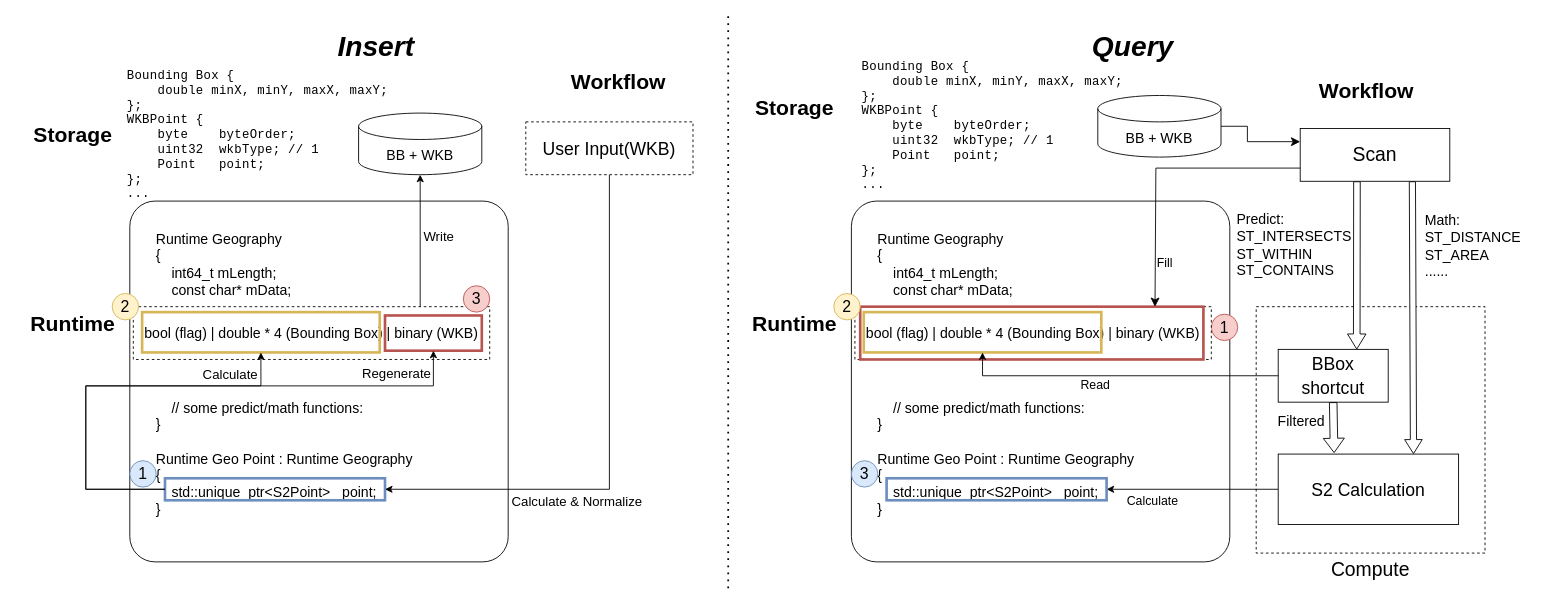
This is page "Page-4" (4 of 13) of geofuncs.drawio from shinyano/drawio, a draw.io file, before an edit. Source tidied: cells renumbered, new cells numbered last; positions are measured from the earlier drawing's top-left corner, leaving out a move shared by most shapes. Both pictures are drawn from the tidied source at 88%, with x=0, y=0 at pixel (15, 16).
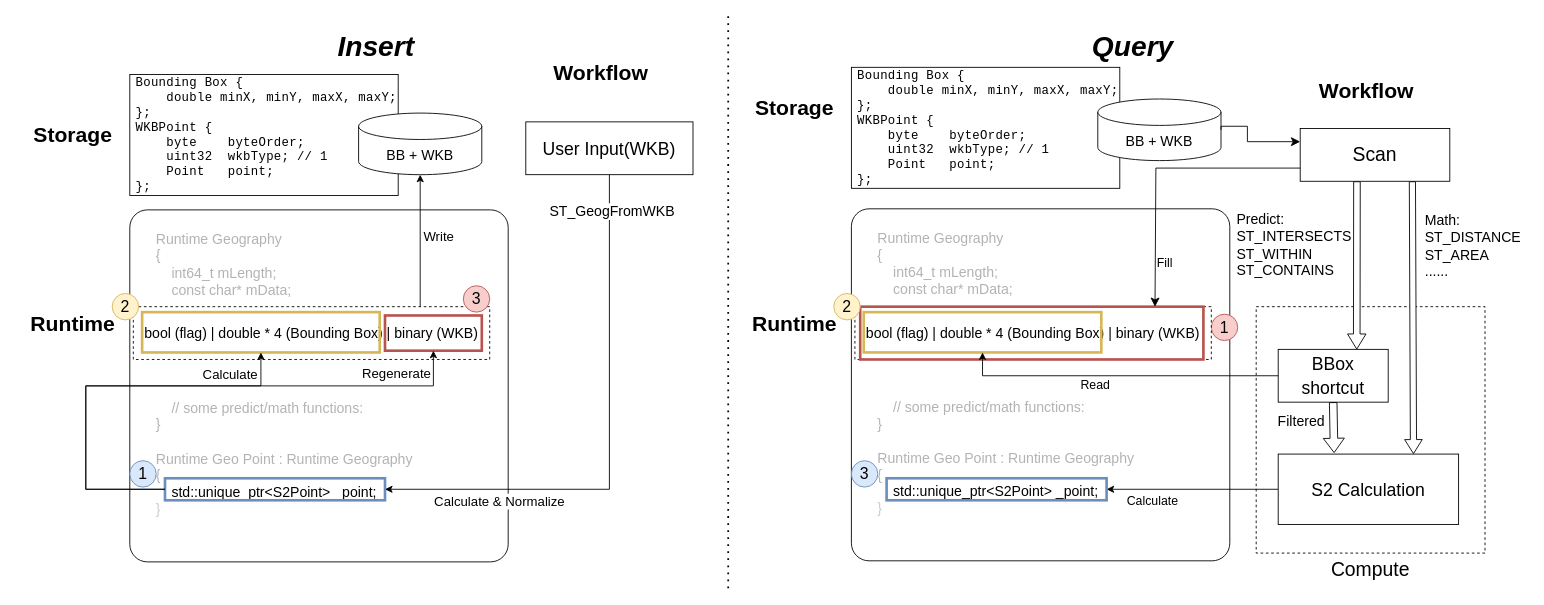
The same page after the edit.

Unchanged cells that the change refers to:
```xml
<mxCell id="17" style="edgeStyle=orthogonalEdgeStyle;rounded=0;jettySize=auto;html=1;entryX=1;entryY=0.5;entryDx=0;entryDy=0;exitX=0.5;exitY=1;exitDx=0;exitDy=0;" parent="1" edge="1" source="19" target="9">
  <mxGeometry relative="1" as="geometry" />
</mxCell>
```

What changed in the source:
```diff
@@
+    <mxCell id="28" style="rounded=0;whiteSpace=wrap;html=1;glass=0;strokeColor=none;" parent="1" vertex="1">
+      <mxGeometry x="820" width="900" height="650" as="geometry" />
+    </mxCell>
+    <mxCell id="63" value="&lt;div&gt;&lt;font face=&quot;Liberation Mono, monospace&quot;&gt;&lt;span style=&quot;caret-color: rgb(185, 185, 185); font-size: 14px; letter-spacing: 0.33px; white-space: pre;&quot;&gt;Bounding Box {&lt;/span&gt;&lt;/font&gt;&lt;/div&gt;&lt;div&gt;&lt;font face=&quot;Liberation Mono, monospace&quot;&gt;&lt;span style=&quot;caret-color: rgb(185, 185, 185); font-size: 14px; letter-spacing: 0.33px; white-space: pre;&quot;&gt;    double minX, minY, maxX, maxY;&lt;/span&gt;&lt;/font&gt;&lt;/div&gt;&lt;div&gt;&lt;font face=&quot;Liberation Mono, monospace&quot;&gt;&lt;span style=&quot;caret-color: rgb(185, 185, 185); font-size: 14px; letter-spacing: 0.33px; white-space: pre;&quot;&gt;};&lt;/span&gt;&lt;/font&gt;&lt;/div&gt;&lt;span style=&quot;caret-color: rgb(185, 185, 185); font-family: &amp;quot;Liberation Mono&amp;quot;, monospace; font-size: 14px; letter-spacing: 0.33px; white-space: pre; color: rgb(0, 0, 0);&quot;&gt;WKBPoint {&lt;br&gt;    byte    byteOrder;&lt;br&gt;    uint32  wkbType; // 1&lt;br&gt;    Point   point;&lt;br&gt;};&lt;/span&gt;" style="text;html=1;align=left;verticalAlign=middle;whiteSpace=wrap;rounded=0;strokeColor=default;spacingLeft=5;" parent="1" vertex="1">
+      <mxGeometry x="950" y="58" width="305" height="137.5" as="geometry" />
+    </mxCell>
+    <mxCell id="31" value="&lt;div&gt;&lt;br&gt;&lt;/div&gt;&lt;div&gt;&lt;span style=&quot;color: rgb(179, 179, 179);&quot;&gt;Runtime Geography&lt;br&gt;&lt;/span&gt;&lt;/div&gt;&lt;div&gt;&lt;font style=&quot;color: rgb(179, 179, 179);&quot;&gt;{&lt;/font&gt;&lt;/div&gt;&lt;div&gt;&lt;span style=&quot;color: rgb(179, 179, 179);&quot;&gt;&amp;nbsp; &amp;nbsp; &lt;font&gt;&lt;span style=&quot;white-space: pre;&quot;&gt;int64_t mLength;&lt;br&gt;    const char* mData;&lt;/span&gt;&lt;/font&gt;&lt;/span&gt;&lt;/div&gt;&lt;div&gt;&lt;font&gt;&lt;span style=&quot;white-space: pre;&quot;&gt;&lt;br&gt;&lt;/span&gt;&lt;/font&gt;&lt;/div&gt;&lt;div&gt;&lt;font&gt;&lt;span style=&quot;white-space: pre;&quot;&gt;&lt;br&gt;&lt;/span&gt;&lt;/font&gt;&lt;/div&gt;&lt;div&gt;&lt;br&gt;&lt;/div&gt;&lt;div&gt;&lt;br&gt;&lt;/div&gt;&lt;div&gt;&lt;br&gt;&lt;/div&gt;&lt;div&gt;&lt;span style=&quot;white-space: pre;&quot;&gt;&amp;nbsp;   &lt;/span&gt;&lt;/div&gt;&lt;div&gt;&lt;span style=&quot;white-space: pre; color: light-dark(rgb(122, 122, 122), rgb(237, 237, 237));&quot;&gt;    &lt;/span&gt;&lt;span style=&quot;white-space: pre; color: rgb(179, 179, 179);&quot;&gt;// some predict/math functions:&lt;/span&gt;&lt;/div&gt;&lt;div&gt;&lt;font style=&quot;color: rgb(179, 179, 179);&quot;&gt;}&lt;/font&gt;&lt;/div&gt;&lt;div&gt;&lt;font&gt;&lt;div style=&quot;color: rgb(179, 179, 179);&quot;&gt;&lt;br&gt;&lt;/div&gt;&lt;/font&gt;&lt;/div&gt;&lt;div&gt;&lt;span style=&quot;color: rgb(179, 179, 179);&quot;&gt;Runtime Geo Point : Runtime Geography&lt;/span&gt;&lt;/div&gt;&lt;div&gt;&lt;span style=&quot;color: rgb(179, 179, 179);&quot;&gt;{&lt;/span&gt;&lt;/div&gt;&lt;div&gt;&amp;nbsp; &amp;nbsp; std::unique_ptr&amp;lt;S2Point&amp;gt; _point;&lt;/div&gt;&lt;div&gt;&lt;span style=&quot;color: rgb(204, 204, 204);&quot;&gt;}&lt;/span&gt;&lt;/div&gt;&lt;div&gt;&lt;br&gt;&lt;/div&gt;" style="rounded=1;whiteSpace=wrap;html=1;fontSize=16;spacing=0;verticalAlign=top;align=left;spacingTop=0;spacingLeft=30;gradientColor=none;glass=0;arcSize=5;" parent="1" vertex="1">
+      <mxGeometry x="950" y="218.8" width="430" height="400" as="geometry" />
+    </mxCell>
@@
-    <mxCell id="3" value="BB + WKB" style="shape=cylinder3;whiteSpace=wrap;html=1;boundedLbl=1;backgroundOutline=1;size=15;fontSize=16;" parent="1" vertex="1">
-      <mxGeometry x="390" y="110" width="140" height="70" as="geometry" />
-    </mxCell>
-    <mxCell id="4" value="&lt;div&gt;&lt;font face=&quot;Liberation Mono, monospace&quot;&gt;&lt;span style=&quot;caret-color: rgb(185, 185, 185); font-size: 14px; letter-spacing: 0.33px; white-space: pre;&quot;&gt;Bounding Box {&lt;/span&gt;&lt;/font&gt;&lt;/div&gt;&lt;div&gt;&lt;font face=&quot;Liberation Mono, monospace&quot;&gt;&lt;span style=&quot;caret-color: rgb(185, 185, 185); font-size: 14px; letter-spacing: 0.33px; white-space: pre;&quot;&gt;    double minX, minY, maxX, maxY;&lt;/span&gt;&lt;/font&gt;&lt;/div&gt;&lt;div&gt;&lt;font face=&quot;Liberation Mono, monospace&quot;&gt;&lt;span style=&quot;caret-color: rgb(185, 185, 185); font-size: 14px; letter-spacing: 0.33px; white-space: pre;&quot;&gt;};&lt;/span&gt;&lt;/font&gt;&lt;/div&gt;&lt;span style=&quot;caret-color: rgb(185, 185, 185); font-family: &amp;quot;Liberation Mono&amp;quot;, monospace; font-size: 14px; letter-spacing: 0.33px; white-space: pre; color: rgb(0, 0, 0);&quot;&gt;WKBPoint {&lt;br&gt;    byte    byteOrder;&lt;br&gt;    uint32  wkbType; // 1&lt;br&gt;    Point   point;&lt;br&gt;};&lt;/span&gt;&lt;div&gt;&lt;span style=&quot;caret-color: rgb(185, 185, 185); font-family: &amp;quot;Liberation Mono&amp;quot;, monospace; font-size: 14px; letter-spacing: 0.33px; white-space: pre;&quot;&gt;&lt;span style=&quot;caret-color: rgb(185, 185, 185); letter-spacing: 0.33px; color: rgb(0, 0, 0);&quot;&gt;...&lt;/span&gt;&lt;/span&gt;&lt;/div&gt;" style="text;html=1;align=left;verticalAlign=middle;whiteSpace=wrap;rounded=0;" parent="1" vertex="1">
-      <mxGeometry x="125" y="66.2" width="300" height="137.5" as="geometry" />
+    <mxCell id="4" value="&lt;div&gt;&lt;font face=&quot;Liberation Mono, monospace&quot;&gt;&lt;span style=&quot;caret-color: rgb(185, 185, 185); font-size: 14px; letter-spacing: 0.33px; white-space: pre;&quot;&gt;Bounding Box {&lt;/span&gt;&lt;/font&gt;&lt;/div&gt;&lt;div&gt;&lt;font face=&quot;Liberation Mono, monospace&quot;&gt;&lt;span style=&quot;caret-color: rgb(185, 185, 185); font-size: 14px; letter-spacing: 0.33px; white-space: pre;&quot;&gt;    double minX, minY, maxX, maxY;&lt;/span&gt;&lt;/font&gt;&lt;/div&gt;&lt;div&gt;&lt;font face=&quot;Liberation Mono, monospace&quot;&gt;&lt;span style=&quot;caret-color: rgb(185, 185, 185); font-size: 14px; letter-spacing: 0.33px; white-space: pre;&quot;&gt;};&lt;/span&gt;&lt;/font&gt;&lt;/div&gt;&lt;span style=&quot;caret-color: rgb(185, 185, 185); font-family: &amp;quot;Liberation Mono&amp;quot;, monospace; font-size: 14px; letter-spacing: 0.33px; white-space: pre; color: rgb(0, 0, 0);&quot;&gt;WKBPoint {&lt;br&gt;    byte    byteOrder;&lt;br&gt;    uint32  wkbType; // 1&lt;br&gt;    Point   point;&lt;br&gt;};&lt;/span&gt;" style="text;html=1;align=left;verticalAlign=middle;whiteSpace=wrap;rounded=0;strokeColor=default;spacingLeft=5;" parent="1" vertex="1">
+      <mxGeometry x="130" y="66.2" width="305" height="137.5" as="geometry" />
     </mxCell>
-    <mxCell id="5" value="&lt;div&gt;&lt;br&gt;&lt;/div&gt;&lt;div&gt;Runtime Geography&lt;br&gt;&lt;/div&gt;&lt;div&gt;&lt;font&gt;{&lt;/font&gt;&lt;/div&gt;&lt;div&gt;&amp;nbsp; &amp;nbsp; &lt;font&gt;&lt;span style=&quot;white-space: pre;&quot;&gt;int64_t mLength;&lt;br&gt;    const char* mData;&lt;/span&gt;&lt;/font&gt;&lt;/div&gt;&lt;div&gt;&lt;font&gt;&lt;span style=&quot;white-space: pre;&quot;&gt;&lt;br&gt;&lt;/span&gt;&lt;/font&gt;&lt;/div&gt;&lt;div&gt;&lt;font&gt;&lt;span style=&quot;white-space: pre;&quot;&gt;&lt;br&gt;&lt;/span&gt;&lt;/font&gt;&lt;/div&gt;&lt;div&gt;&lt;br&gt;&lt;/div&gt;&lt;div&gt;&lt;br&gt;&lt;/div&gt;&lt;div&gt;&lt;br&gt;&lt;/div&gt;&lt;div&gt;&lt;span style=&quot;white-space: pre;&quot;&gt;&amp;nbsp;   &lt;/span&gt;&lt;/div&gt;&lt;div&gt;&lt;span style=&quot;white-space: pre;&quot;&gt;    // some predict/math functions:&lt;/span&gt;&lt;/div&gt;&lt;div&gt;&lt;font&gt;}&lt;/font&gt;&lt;/div&gt;&lt;div&gt;&lt;font&gt;&lt;div&gt;&lt;br&gt;&lt;/div&gt;&lt;/font&gt;&lt;/div&gt;&lt;div&gt;Runtime Geo Point : Runtime Geography&lt;/div&gt;&lt;div&gt;{&lt;/div&gt;&lt;div&gt;&amp;nbsp; &amp;nbsp; std::unique_ptr&amp;lt;S2Point&amp;gt; _point;&lt;/div&gt;&lt;div&gt;}&lt;/div&gt;&lt;div&gt;&lt;br&gt;&lt;/div&gt;" style="rounded=1;whiteSpace=wrap;html=1;fontSize=16;spacing=0;verticalAlign=top;align=left;spacingTop=10;spacingLeft=30;gradientColor=none;glass=0;arcSize=7;" parent="1" vertex="1">
-      <mxGeometry x="130" y="210" width="430" height="410" as="geometry" />
+    <mxCell id="5" value="&lt;div&gt;&lt;br&gt;&lt;/div&gt;&lt;div&gt;&lt;span style=&quot;color: rgb(179, 179, 179);&quot;&gt;Runtime Geography&lt;br&gt;&lt;/span&gt;&lt;/div&gt;&lt;div&gt;&lt;font style=&quot;color: rgb(179, 179, 179);&quot;&gt;{&lt;/font&gt;&lt;/div&gt;&lt;div&gt;&lt;span style=&quot;color: rgb(179, 179, 179);&quot;&gt;&amp;nbsp; &amp;nbsp; &lt;font&gt;&lt;span style=&quot;white-space: pre;&quot;&gt;int64_t mLength;&lt;br&gt;    const char* mData;&lt;/span&gt;&lt;/font&gt;&lt;/span&gt;&lt;/div&gt;&lt;div&gt;&lt;font&gt;&lt;span style=&quot;white-space: pre;&quot;&gt;&lt;br&gt;&lt;/span&gt;&lt;/font&gt;&lt;/div&gt;&lt;div&gt;&lt;font&gt;&lt;span style=&quot;white-space: pre;&quot;&gt;&lt;br&gt;&lt;/span&gt;&lt;/font&gt;&lt;/div&gt;&lt;div&gt;&lt;br&gt;&lt;/div&gt;&lt;div&gt;&lt;br&gt;&lt;/div&gt;&lt;div&gt;&lt;br&gt;&lt;/div&gt;&lt;div&gt;&lt;span style=&quot;white-space: pre;&quot;&gt;&amp;nbsp;   &lt;/span&gt;&lt;/div&gt;&lt;div&gt;&lt;span style=&quot;white-space: pre; color: light-dark(rgb(122, 122, 122), rgb(237, 237, 237));&quot;&gt;    &lt;/span&gt;&lt;span style=&quot;white-space: pre; color: rgb(179, 179, 179);&quot;&gt;// some predict/math functions:&lt;/span&gt;&lt;/div&gt;&lt;div&gt;&lt;font style=&quot;color: rgb(179, 179, 179);&quot;&gt;}&lt;/font&gt;&lt;/div&gt;&lt;div&gt;&lt;font&gt;&lt;div style=&quot;color: rgb(179, 179, 179);&quot;&gt;&lt;br&gt;&lt;/div&gt;&lt;/font&gt;&lt;/div&gt;&lt;div&gt;&lt;span style=&quot;color: rgb(179, 179, 179);&quot;&gt;Runtime Geo Point : Runtime Geography&lt;/span&gt;&lt;/div&gt;&lt;div&gt;&lt;span style=&quot;color: rgb(179, 179, 179);&quot;&gt;{&lt;/span&gt;&lt;/div&gt;&lt;div&gt;&amp;nbsp; &amp;nbsp; std::unique_ptr&amp;lt;S2Point&amp;gt; _point;&lt;/div&gt;&lt;div&gt;&lt;span style=&quot;color: rgb(204, 204, 204);&quot;&gt;}&lt;/span&gt;&lt;/div&gt;&lt;div&gt;&lt;br&gt;&lt;/div&gt;" style="rounded=1;whiteSpace=wrap;html=1;fontSize=16;spacing=0;verticalAlign=top;align=left;spacingTop=0;spacingLeft=30;gradientColor=none;glass=0;arcSize=5;" parent="1" vertex="1">
+      <mxGeometry x="130" y="220" width="430" height="400" as="geometry" />
     </mxCell>
@@
     <mxCell id="8" value="&lt;h1&gt;Workflow&lt;/h1&gt;" style="text;html=1;align=center;verticalAlign=middle;strokeColor=none;fillColor=none;" parent="1" vertex="1">
-      <mxGeometry x="620" y="40" width="130" height="70" as="geometry" />
+      <mxGeometry x="600" y="30" width="130" height="70" as="geometry" />
     </mxCell>
@@
     <mxCell id="18" value="Calculate &amp;amp; Normalize" style="edgeLabel;html=1;align=center;verticalAlign=middle;fontSize=15;" parent="17" vertex="1">
       <mxGeometry x="0.68" y="-2" relative="1" as="geometry">
-        <mxPoint x="120" y="15" as="offset" />
+        <mxPoint x="32" y="15" as="offset" />
       </mxGeometry>
     </mxCell>
+    <mxCell id="64" value="ST_GeogFromWKB" style="edgeLabel;html=1;align=center;verticalAlign=middle;fontSize=16;" parent="17" vertex="1">
+      <mxGeometry x="-0.31" y="2" relative="1" as="geometry">
+        <mxPoint y="-170" as="offset" />
+      </mxGeometry>
+    </mxCell>
-    <mxCell id="19" value="User Input(WKB)" style="rounded=0;whiteSpace=wrap;html=1;fontSize=20;dashed=1;" parent="1" vertex="1">
+    <mxCell id="19" value="User Input(WKB)" style="rounded=0;whiteSpace=wrap;html=1;fontSize=20;" parent="1" vertex="1">
       <mxGeometry x="580" y="120" width="190" height="60" as="geometry" />
     </mxCell>
@@
-    <mxCell id="28" style="rounded=0;whiteSpace=wrap;html=1;glass=0;strokeColor=none;" parent="1" vertex="1">
-      <mxGeometry x="820" width="900" height="650" as="geometry" />
-    </mxCell>
     <mxCell id="29" value="BB + WKB" style="shape=cylinder3;whiteSpace=wrap;html=1;boundedLbl=1;backgroundOutline=1;size=15;fontSize=16;" parent="1" vertex="1">
-      <mxGeometry x="1230" y="90" width="140" height="70" as="geometry" />
+      <mxGeometry x="1230" y="94" width="140" height="70" as="geometry" />
     </mxCell>
-    <mxCell id="30" value="&lt;div&gt;&lt;font face=&quot;Liberation Mono, monospace&quot;&gt;&lt;span style=&quot;caret-color: rgb(185, 185, 185); font-size: 14px; letter-spacing: 0.33px; white-space: pre;&quot;&gt;Bounding Box {&lt;/span&gt;&lt;/font&gt;&lt;/div&gt;&lt;div&gt;&lt;font face=&quot;Liberation Mono, monospace&quot;&gt;&lt;span style=&quot;caret-color: rgb(185, 185, 185); font-size: 14px; letter-spacing: 0.33px; white-space: pre;&quot;&gt;    double minX, minY, maxX, maxY;&lt;/span&gt;&lt;/font&gt;&lt;/div&gt;&lt;div&gt;&lt;font face=&quot;Liberation Mono, monospace&quot;&gt;&lt;span style=&quot;caret-color: rgb(185, 185, 185); font-size: 14px; letter-spacing: 0.33px; white-space: pre;&quot;&gt;};&lt;/span&gt;&lt;/font&gt;&lt;/div&gt;&lt;span style=&quot;caret-color: rgb(185, 185, 185); font-family: &amp;quot;Liberation Mono&amp;quot;, monospace; font-size: 14px; letter-spacing: 0.33px; white-space: pre; color: rgb(0, 0, 0);&quot;&gt;WKBPoint {&lt;br&gt;    byte    byteOrder;&lt;br&gt;    uint32  wkbType; // 1&lt;br&gt;    Point   point;&lt;br&gt;};&lt;/span&gt;&lt;div&gt;&lt;span style=&quot;caret-color: rgb(185, 185, 185); font-family: &amp;quot;Liberation Mono&amp;quot;, monospace; font-size: 14px; letter-spacing: 0.33px; white-space: pre;&quot;&gt;&lt;span style=&quot;caret-color: rgb(185, 185, 185); letter-spacing: 0.33px; color: rgb(0, 0, 0);&quot;&gt;...&lt;/span&gt;&lt;/span&gt;&lt;/div&gt;" style="text;html=1;align=left;verticalAlign=middle;whiteSpace=wrap;rounded=0;" parent="1" vertex="1">
-      <mxGeometry x="960" y="56.2" width="300" height="137.5" as="geometry" />
-    </mxCell>
-    <mxCell id="31" value="&lt;div&gt;&lt;br&gt;&lt;/div&gt;&lt;div&gt;Runtime Geography&lt;br&gt;&lt;/div&gt;&lt;div&gt;&lt;font&gt;{&lt;/font&gt;&lt;/div&gt;&lt;div&gt;&amp;nbsp; &amp;nbsp; &lt;font&gt;&lt;span style=&quot;white-space: pre;&quot;&gt;int64_t mLength;&lt;br&gt;    const char* mData;&lt;/span&gt;&lt;/font&gt;&lt;/div&gt;&lt;div&gt;&lt;font&gt;&lt;span style=&quot;white-space: pre;&quot;&gt;&lt;br&gt;&lt;/span&gt;&lt;/font&gt;&lt;/div&gt;&lt;div&gt;&lt;font&gt;&lt;span style=&quot;white-space: pre;&quot;&gt;&lt;br&gt;&lt;/span&gt;&lt;/font&gt;&lt;/div&gt;&lt;div&gt;&lt;br&gt;&lt;/div&gt;&lt;div&gt;&lt;br&gt;&lt;/div&gt;&lt;div&gt;&lt;br&gt;&lt;/div&gt;&lt;div&gt;&lt;span style=&quot;white-space: pre;&quot;&gt;&amp;nbsp;   &lt;/span&gt;&lt;/div&gt;&lt;div&gt;&lt;span style=&quot;white-space: pre;&quot;&gt;    // some predict/math functions:&lt;/span&gt;&lt;/div&gt;&lt;div&gt;&lt;font&gt;}&lt;/font&gt;&lt;/div&gt;&lt;div&gt;&lt;font&gt;&lt;div&gt;&lt;br&gt;&lt;/div&gt;&lt;/font&gt;&lt;/div&gt;&lt;div&gt;Runtime Geo Point : Runtime Geography&lt;/div&gt;&lt;div&gt;{&lt;/div&gt;&lt;div&gt;&amp;nbsp; &amp;nbsp; std::unique_ptr&amp;lt;S2Point&amp;gt; _point;&lt;/div&gt;&lt;div&gt;}&lt;/div&gt;&lt;div&gt;&lt;br&gt;&lt;/div&gt;" style="rounded=1;whiteSpace=wrap;html=1;fontSize=16;spacing=0;verticalAlign=top;align=left;spacingTop=10;spacingLeft=30;gradientColor=none;glass=0;arcSize=7;" parent="1" vertex="1">
-      <mxGeometry x="950" y="210" width="430" height="410" as="geometry" />
-    </mxCell>
@@
+    <mxCell id="3" value="BB + WKB" style="shape=cylinder3;whiteSpace=wrap;html=1;boundedLbl=1;backgroundOutline=1;size=15;fontSize=16;" parent="1" vertex="1">
+      <mxGeometry x="390" y="110" width="140" height="70" as="geometry" />
+    </mxCell>
```
